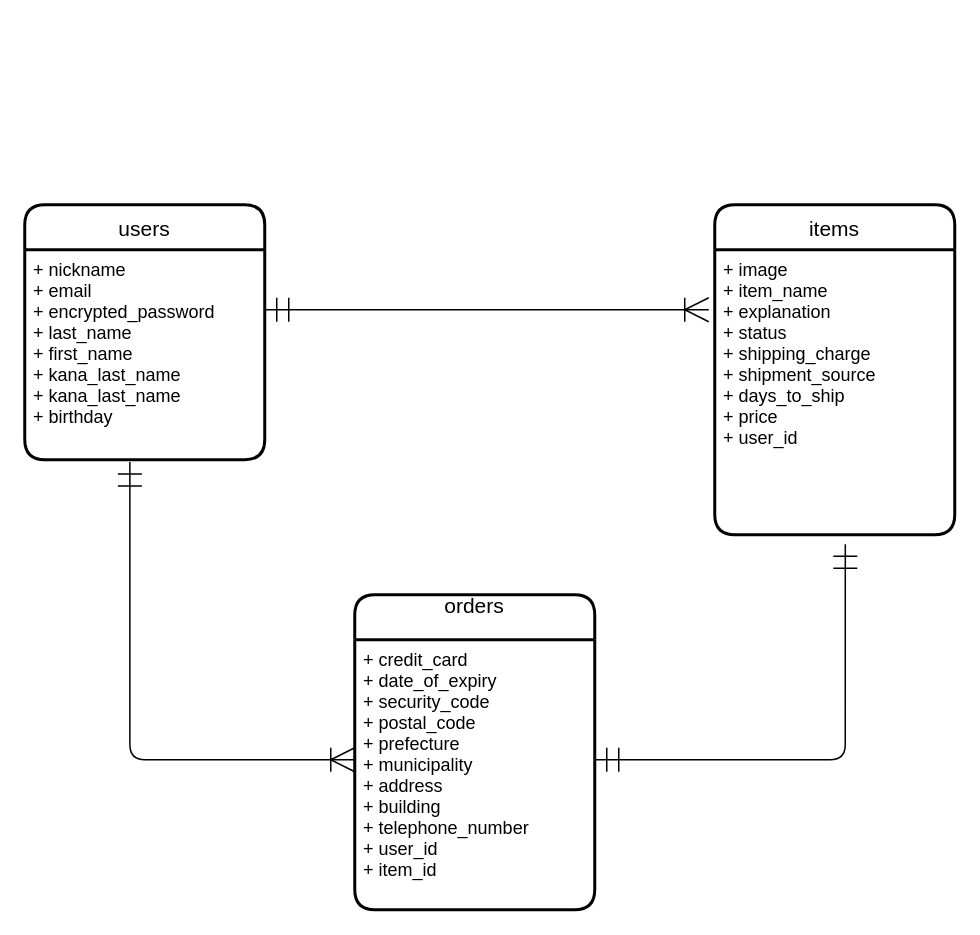
Above: er.dio in hashi654/furima-36037 (draw.io), before the change. Source tidied: cells renumbered, new cells numbered last; positions are measured from the earlier drawing's top-left corner, leaving out a move shared by most shapes. Both pictures are drawn from the tidied source at 150%, with x=0, y=0 at pixel (24, 204).
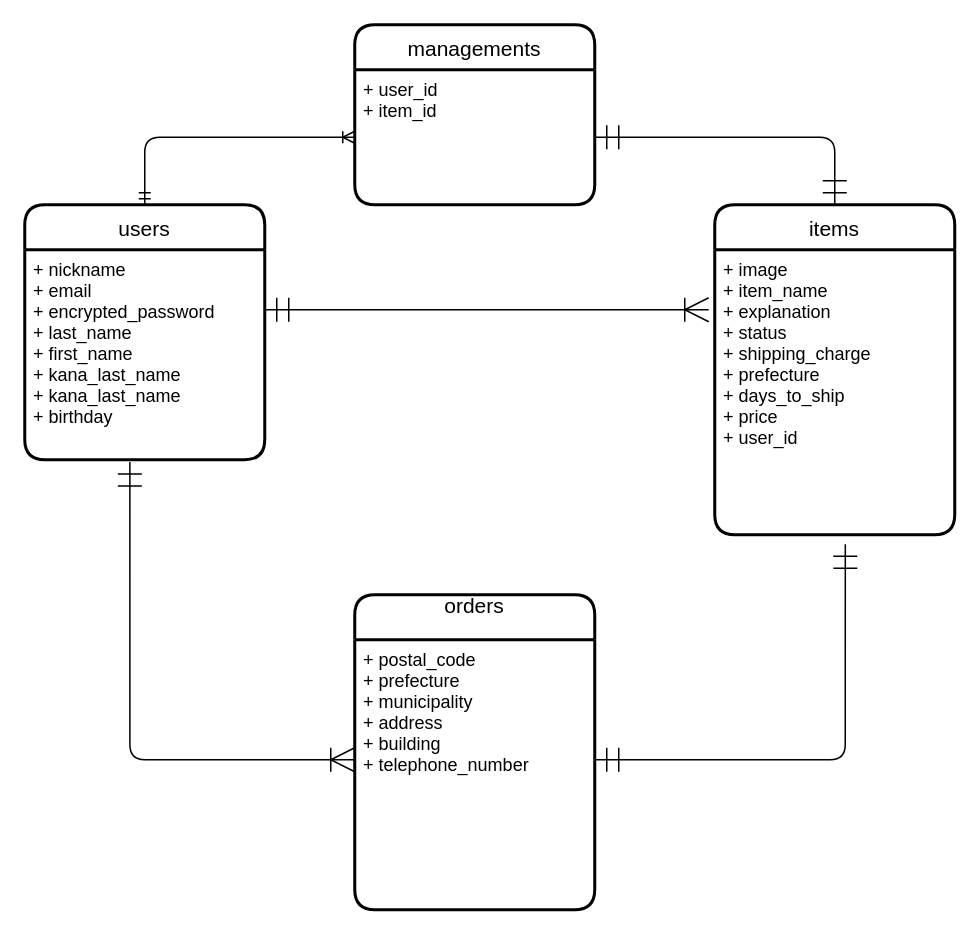
The same page after the edit.

Commit message (it also covers changes not shown here):
購入管理テーブルの追加、その他修正

The edit, as a diff of the source:
```diff
@@
 <mxGraphModel>
   <root>
     <mxCell id="0" />
     <mxCell id="1" parent="0" />
     <mxCell id="2" value="users" style="swimlane;horizontal=1;startSize=30;rounded=1;fontSize=14;fontStyle=0;strokeWidth=2;shadow=0;dashed=0;align=center;" parent="1" vertex="1">
       <mxGeometry width="160" height="170" as="geometry" />
     </mxCell>
     <mxCell id="3" value="+ nickname&#10;+ email&#10;+ encrypted_password&#10;+ last_name&#10;+ first_name&#10;+ kana_last_name&#10;+ kana_last_name&#10;+ birthday" style="align=left;strokeColor=none;fillColor=none;spacingLeft=4;fontSize=12;verticalAlign=top;horizontal=1;" parent="2" vertex="1">
       <mxGeometry y="30" width="160" height="140" as="geometry" />
     </mxCell>
     <mxCell id="4" value="items" style="swimlane;horizontal=1;startSize=30;rounded=1;fontSize=14;fontStyle=0;strokeWidth=2;shadow=0;dashed=0;align=center;" parent="1" vertex="1">
       <mxGeometry x="460" width="160" height="220" as="geometry" />
     </mxCell>
-    <mxCell id="5" value="+ image&#10;+ item_name&#10;+ explanation&#10;+ status&#10;+ shipping_charge&#10;+ shipment_source&#10;+ days_to_ship&#10;+ price&#10;+ user_id" style="align=left;strokeColor=none;fillColor=none;spacingLeft=4;fontSize=12;verticalAlign=top;" parent="4" vertex="1">
+    <mxCell id="5" value="+ image&#10;+ item_name&#10;+ explanation&#10;+ status&#10;+ shipping_charge&#10;+ prefecture&#10;+ days_to_ship&#10;+ price&#10;+ user_id" style="align=left;strokeColor=none;fillColor=none;spacingLeft=4;fontSize=12;verticalAlign=top;" parent="4" vertex="1">
       <mxGeometry y="30" width="160" height="190" as="geometry" />
     </mxCell>
     <mxCell id="6" value="orders&#10;" style="swimlane;horizontal=1;startSize=30;rounded=1;fontSize=14;fontStyle=0;strokeWidth=2;shadow=0;dashed=0;align=center;" parent="1" vertex="1">
       <mxGeometry x="220" y="260" width="160" height="210" as="geometry" />
     </mxCell>
-    <mxCell id="7" value="+ credit_card&#10;+ date_of_expiry&#10;+ security_code&#10;+ postal_code&#10;+ prefecture&#10;+ municipality&#10;+ address&#10;+ building&#10;+ telephone_number&#10;+ user_id&#10;+ item_id" style="align=left;strokeColor=none;fillColor=none;spacingLeft=4;fontSize=12;verticalAlign=top;" parent="6" vertex="1">
+    <mxCell id="7" value="+ postal_code&#10;+ prefecture&#10;+ municipality&#10;+ address&#10;+ building&#10;+ telephone_number&#10;" style="align=left;strokeColor=none;fillColor=none;spacingLeft=4;fontSize=12;verticalAlign=top;" parent="6" vertex="1">
       <mxGeometry y="30" width="160" height="180" as="geometry" />
     </mxCell>
     <mxCell id="8" style="edgeStyle=entityRelationEdgeStyle;fontSize=12;html=1;endArrow=ERoneToMany;startArrow=ERmandOne;jumpSize=16;endSize=14;startSize=14;" parent="1" edge="1">
       <mxGeometry relative="1" as="geometry">
         <mxPoint x="160" y="70" as="sourcePoint" />
         <mxPoint x="456" y="70" as="targetPoint" />
       </mxGeometry>
     </mxCell>
     <mxCell id="9" style="edgeStyle=orthogonalEdgeStyle;fontSize=12;html=1;endArrow=ERmandOne;startArrow=ERmandOne;entryX=0.544;entryY=1.033;entryDx=0;entryDy=0;entryPerimeter=0;endSize=14;startSize=14;" parent="1" edge="1" source="7" target="5">
       <mxGeometry relative="1" as="geometry">
         <Array as="points">
           <mxPoint x="547" y="370" />
         </Array>
       </mxGeometry>
     </mxCell>
     <mxCell id="10" style="edgeStyle=orthogonalEdgeStyle;fontSize=12;html=1;endArrow=ERoneToMany;startArrow=ERmandOne;exitX=0.438;exitY=1.011;exitDx=0;exitDy=0;exitPerimeter=0;endSize=14;startSize=14;" parent="1" edge="1" source="3" target="7">
       <mxGeometry relative="1" as="geometry">
         <Array as="points">
           <mxPoint x="70" y="370" />
         </Array>
       </mxGeometry>
     </mxCell>
+    <mxCell id="11" value="managements" style="swimlane;horizontal=1;startSize=30;rounded=1;fontSize=14;fontStyle=0;strokeWidth=2;shadow=0;dashed=0;align=center;" parent="1" vertex="1">
+      <mxGeometry x="220" y="-120" width="160" height="120" as="geometry" />
+    </mxCell>
+    <mxCell id="12" value="+ user_id&#10;+ item_id" style="align=left;strokeColor=none;fillColor=none;spacingLeft=4;fontSize=12;verticalAlign=top;" parent="11" vertex="1">
+      <mxGeometry y="30" width="160" height="90" as="geometry" />
+    </mxCell>
+    <mxCell id="13" style="edgeStyle=orthogonalEdgeStyle;fontSize=12;html=1;endArrow=ERoneToMany;startArrow=ERmandOne;jumpSize=14;entryX=0;entryY=0.5;entryDx=0;entryDy=0;exitX=0.5;exitY=0;exitDx=0;exitDy=0;" parent="1" edge="1" source="2" target="12">
+      <mxGeometry relative="1" as="geometry" />
+    </mxCell>
+    <mxCell id="14" style="edgeStyle=orthogonalEdgeStyle;fontSize=12;html=1;endArrow=ERmandOne;startArrow=ERmandOne;strokeWidth=1;exitX=1;exitY=0.5;exitDx=0;exitDy=0;entryX=0.5;entryY=0;entryDx=0;entryDy=0;jumpSize=14;endSize=14;startSize=14;" parent="1" edge="1" source="12" target="4">
+      <mxGeometry relative="1" as="geometry">
+        <Array as="points">
+          <mxPoint x="540" y="-45" />
+        </Array>
+      </mxGeometry>
+    </mxCell>
   </root>
 </mxGraphModel>
```
